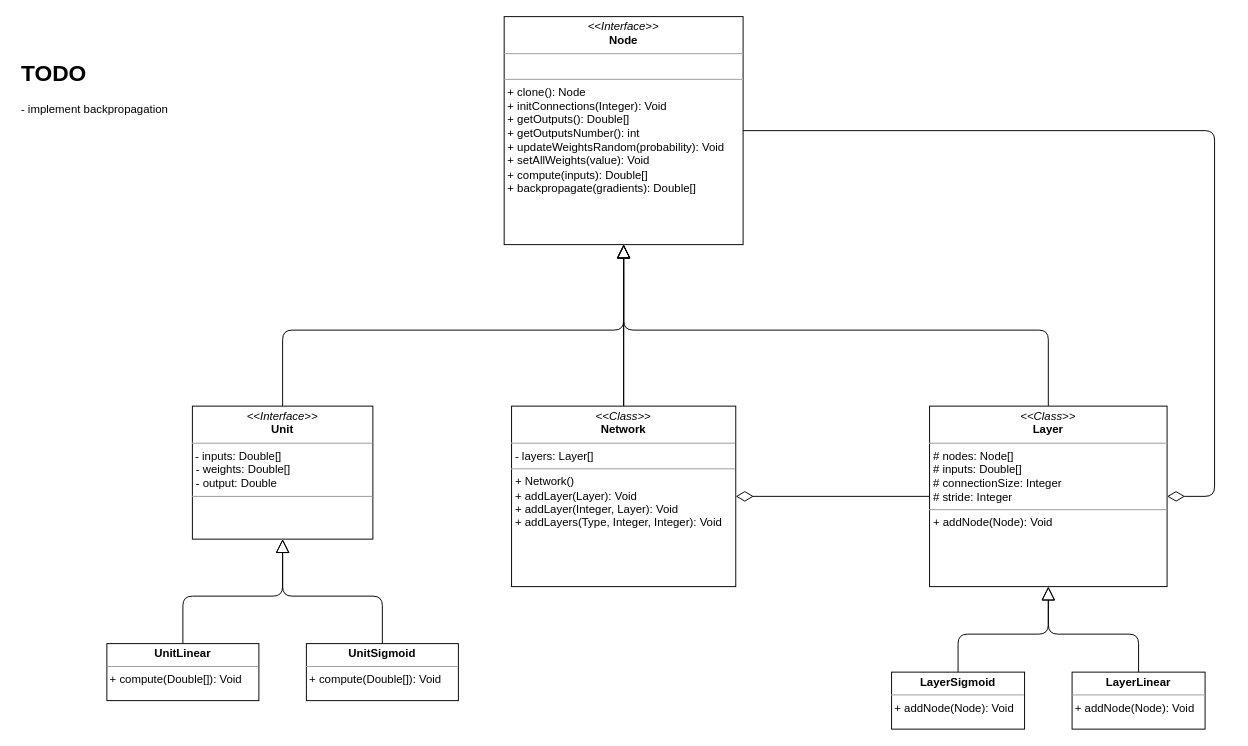
Above: neural_net.drawio in iliasbk/NN_tools (draw.io), before the change. Source tidied: cells renumbered, new cells numbered last; positions are measured from the earlier drawing's top-left corner, leaving out a move shared by most shapes. Both pictures are drawn from the tidied source at 95%, with x=0, y=0 at pixel (16, 16).
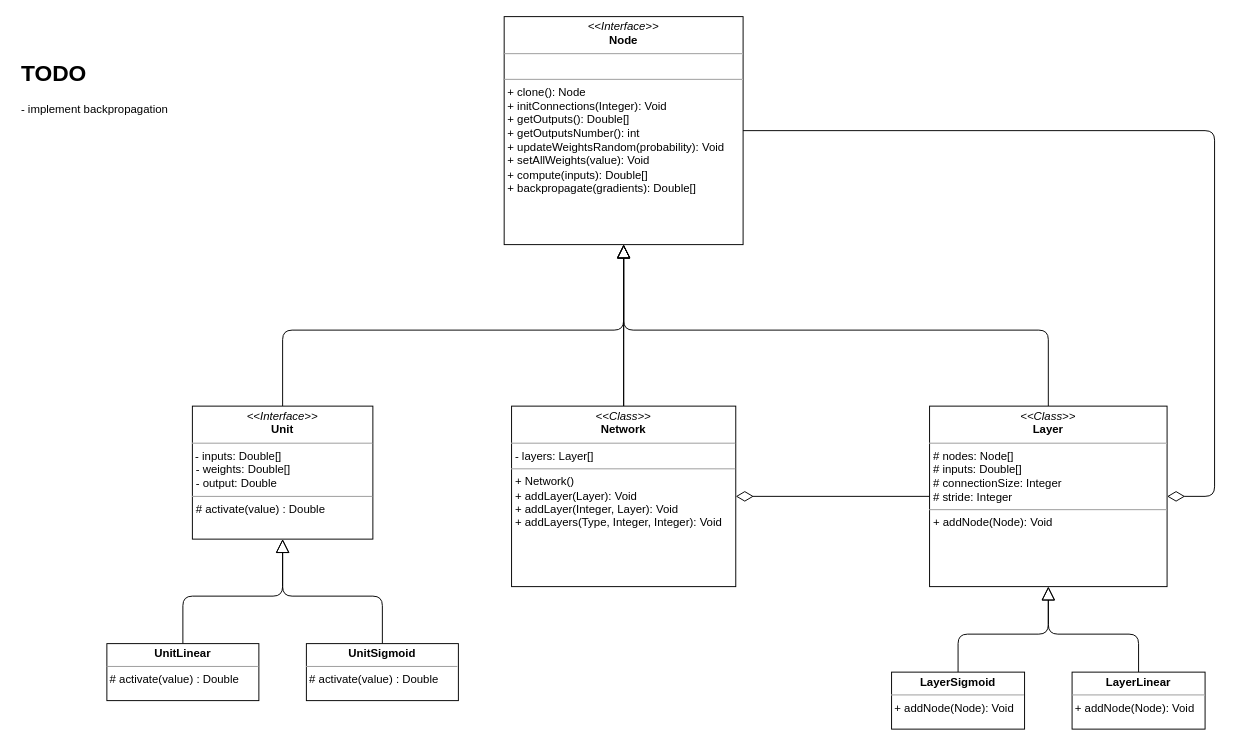
After the change.

The edit, as a diff of the source:
```diff
@@
-    <mxCell id="8" value="&lt;p style=&quot;margin:0px;margin-top:4px;text-align:center;&quot;&gt;&lt;i&gt;&amp;lt;&amp;lt;Interface&amp;gt;&amp;gt;&lt;/i&gt;&lt;br&gt;&lt;b&gt;Unit&lt;/b&gt;&lt;/p&gt;&lt;hr size=&quot;1&quot;&gt;&lt;p style=&quot;border-color: var(--border-color); margin: 0px 0px 0px 4px;&quot;&gt;&lt;/p&gt;&amp;nbsp;- inputs: Double[]&lt;p style=&quot;border-color: var(--border-color); margin: 0px 0px 0px 4px;&quot;&gt;- weights: Double[]&lt;/p&gt;&lt;p style=&quot;border-color: var(--border-color); margin: 0px 0px 0px 4px;&quot;&gt;- output: Double&lt;/p&gt;&lt;hr size=&quot;1&quot;&gt;&lt;p style=&quot;margin:0px;margin-left:4px;&quot;&gt;&lt;br&gt;&lt;/p&gt;" style="verticalAlign=top;align=left;overflow=fill;fontSize=12;fontFamily=Helvetica;html=1;whiteSpace=wrap;" parent="1" vertex="1">
+    <mxCell id="8" value="&lt;p style=&quot;margin:0px;margin-top:4px;text-align:center;&quot;&gt;&lt;i&gt;&amp;lt;&amp;lt;Interface&amp;gt;&amp;gt;&lt;/i&gt;&lt;br&gt;&lt;b&gt;Unit&lt;/b&gt;&lt;/p&gt;&lt;hr size=&quot;1&quot;&gt;&lt;p style=&quot;border-color: var(--border-color); margin: 0px 0px 0px 4px;&quot;&gt;&lt;/p&gt;&amp;nbsp;- inputs: Double[]&lt;p style=&quot;border-color: var(--border-color); margin: 0px 0px 0px 4px;&quot;&gt;- weights: Double[]&lt;/p&gt;&lt;p style=&quot;border-color: var(--border-color); margin: 0px 0px 0px 4px;&quot;&gt;- output: Double&lt;/p&gt;&lt;hr size=&quot;1&quot;&gt;&lt;p style=&quot;margin:0px;margin-left:4px;&quot;&gt;# activate(value) : Double&lt;br&gt;&lt;/p&gt;" style="verticalAlign=top;align=left;overflow=fill;fontSize=12;fontFamily=Helvetica;html=1;whiteSpace=wrap;" parent="1" vertex="1">
       <mxGeometry x="185" y="410" width="190" height="140" as="geometry" />
     </mxCell>
@@
-    <mxCell id="14" value="&lt;p style=&quot;margin:0px;margin-top:4px;text-align:center;&quot;&gt;&lt;b&gt;UnitLinear&lt;/b&gt;&lt;/p&gt;&lt;hr size=&quot;1&quot;&gt;&lt;div style=&quot;height:2px;&quot;&gt;&amp;nbsp;+ compute(Double[]): Void&lt;/div&gt;" style="verticalAlign=top;align=left;overflow=fill;fontSize=12;fontFamily=Helvetica;html=1;whiteSpace=wrap;" parent="1" vertex="1">
+    <mxCell id="14" value="&lt;p style=&quot;margin:0px;margin-top:4px;text-align:center;&quot;&gt;&lt;b&gt;UnitLinear&lt;/b&gt;&lt;/p&gt;&lt;hr size=&quot;1&quot;&gt;&lt;div style=&quot;height:2px;&quot;&gt;&amp;nbsp;# activate(value) : Double&lt;/div&gt;" style="verticalAlign=top;align=left;overflow=fill;fontSize=12;fontFamily=Helvetica;html=1;whiteSpace=wrap;" parent="1" vertex="1">
       <mxGeometry x="95" y="660" width="160" height="60" as="geometry" />
     </mxCell>
@@
-    <mxCell id="16" value="&lt;p style=&quot;margin:0px;margin-top:4px;text-align:center;&quot;&gt;&lt;b&gt;UnitSigmoid&lt;/b&gt;&lt;/p&gt;&lt;hr size=&quot;1&quot;&gt;&lt;div style=&quot;height:2px;&quot;&gt;&amp;nbsp;+ compute(Double[]): Void&lt;/div&gt;" style="verticalAlign=top;align=left;overflow=fill;fontSize=12;fontFamily=Helvetica;html=1;whiteSpace=wrap;" parent="1" vertex="1">
+    <mxCell id="16" value="&lt;p style=&quot;margin:0px;margin-top:4px;text-align:center;&quot;&gt;&lt;b&gt;UnitSigmoid&lt;/b&gt;&lt;/p&gt;&lt;hr size=&quot;1&quot;&gt;&lt;div style=&quot;height:2px;&quot;&gt;&amp;nbsp;# activate(value) : Double&lt;br&gt;&lt;/div&gt;" style="verticalAlign=top;align=left;overflow=fill;fontSize=12;fontFamily=Helvetica;html=1;whiteSpace=wrap;" parent="1" vertex="1">
       <mxGeometry x="305" y="660" width="160" height="60" as="geometry" />
     </mxCell>
```
